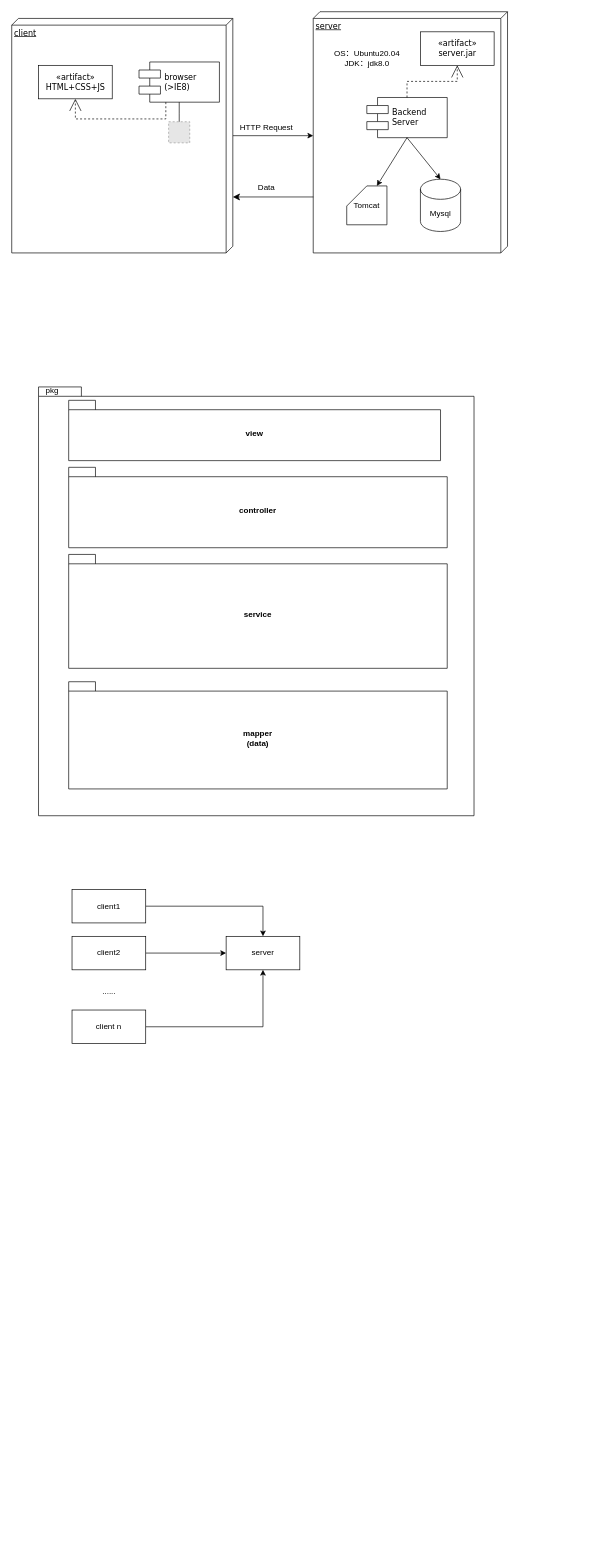
Before: 包图.drawio in lar0129/draw.io, a draw.io diagram. Source tidied: cells renumbered, new cells numbered last; positions are measured from the earlier drawing's top-left corner, leaving out a move shared by most shapes. Both pictures are drawn from the tidied source at 67%, with x=0, y=0 at pixel (11, 11). Pictures stored in the file or linked from it are replaced by grey dashed boxes.
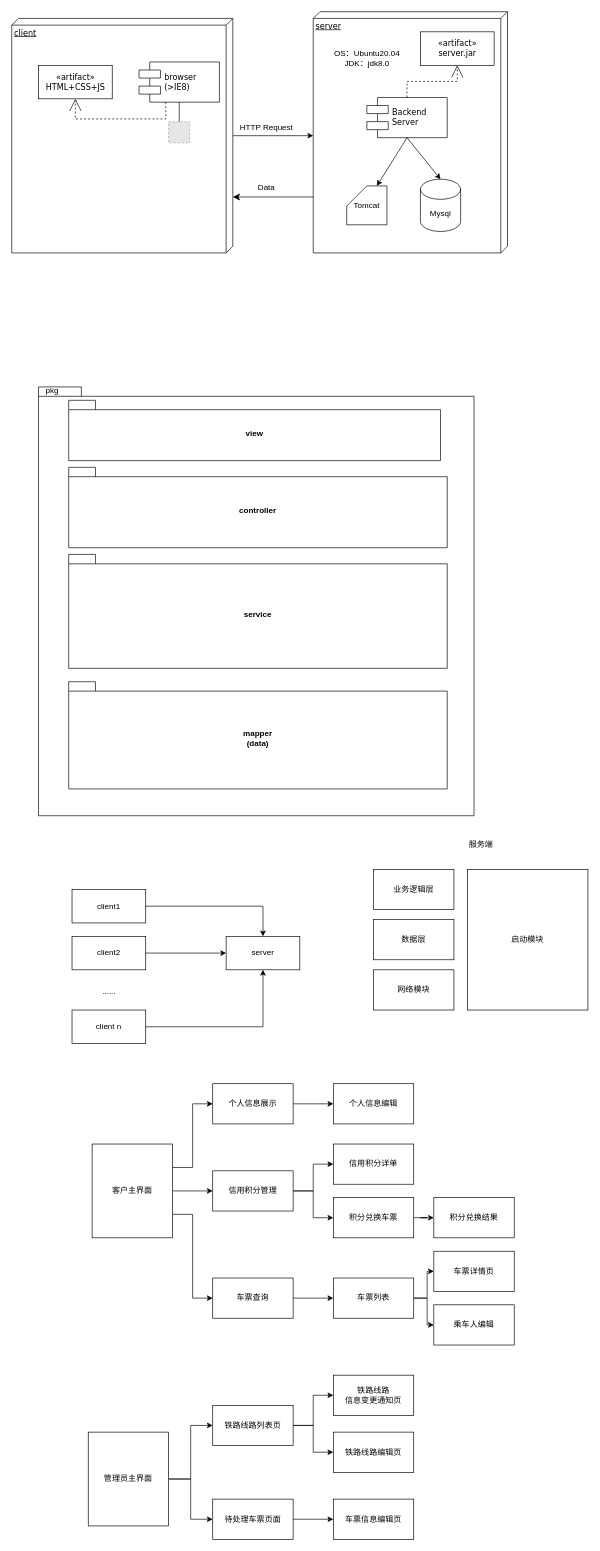
The same diagram, later.

Change to the diagram source:
```diff
@@
+    <mxCell id="36" value="业务逻辑层" style="rounded=0;whiteSpace=wrap;html=1;" parent="1" vertex="1">
+      <mxGeometry x="540" y="1280" width="120" height="60" as="geometry" />
+    </mxCell>
+    <mxCell id="37" value="网络模块" style="rounded=0;whiteSpace=wrap;html=1;" parent="1" vertex="1">
+      <mxGeometry x="540" y="1430" width="120" height="60" as="geometry" />
+    </mxCell>
+    <mxCell id="38" value="启动模块" style="rounded=0;whiteSpace=wrap;html=1;" parent="1" vertex="1">
+      <mxGeometry x="680" y="1280" width="180" height="210" as="geometry" />
+    </mxCell>
+    <mxCell id="39" value="服务端" style="text;html=1;align=center;verticalAlign=middle;strokeColor=none;fillColor=none;" parent="1" vertex="1">
+      <mxGeometry x="670" y="1228" width="60" height="30" as="geometry" />
+    </mxCell>
+    <mxCell id="40" value="数据层" style="rounded=0;whiteSpace=wrap;html=1;" parent="1" vertex="1">
+      <mxGeometry x="540" y="1355" width="120" height="60" as="geometry" />
+    </mxCell>
+    <mxCell id="41" style="edgeStyle=orthogonalEdgeStyle;rounded=0;jettySize=auto;html=1;entryX=0;entryY=0.5;entryDx=0;entryDy=0;exitX=1;exitY=0.25;exitDx=0;exitDy=0;" parent="1" edge="1" source="44" target="46">
+      <mxGeometry relative="1" as="geometry" />
+    </mxCell>
+    <mxCell id="42" style="edgeStyle=orthogonalEdgeStyle;rounded=0;jettySize=auto;html=1;entryX=0;entryY=0.5;entryDx=0;entryDy=0;" parent="1" edge="1" source="44" target="49">
+      <mxGeometry relative="1" as="geometry" />
+    </mxCell>
+    <mxCell id="43" style="edgeStyle=orthogonalEdgeStyle;rounded=0;jettySize=auto;html=1;entryX=0;entryY=0.5;entryDx=0;entryDy=0;exitX=1;exitY=0.75;exitDx=0;exitDy=0;" parent="1" edge="1" source="44" target="51">
+      <mxGeometry relative="1" as="geometry" />
+    </mxCell>
+    <mxCell id="44" value="客户主界面" style="rounded=0;whiteSpace=wrap;html=1;" parent="1" vertex="1">
+      <mxGeometry x="120" y="1690" width="120" height="140" as="geometry" />
+    </mxCell>
+    <mxCell id="45" style="edgeStyle=orthogonalEdgeStyle;rounded=0;jettySize=auto;html=1;entryX=0;entryY=0.5;entryDx=0;entryDy=0;" parent="1" edge="1" source="46" target="52">
+      <mxGeometry relative="1" as="geometry" />
+    </mxCell>
+    <mxCell id="46" value="个人信息展示" style="rounded=0;whiteSpace=wrap;html=1;" parent="1" vertex="1">
+      <mxGeometry x="300" y="1600" width="120" height="60" as="geometry" />
+    </mxCell>
+    <mxCell id="47" style="edgeStyle=orthogonalEdgeStyle;rounded=0;jettySize=auto;html=1;entryX=0;entryY=0.5;entryDx=0;entryDy=0;" parent="1" edge="1" source="49" target="53">
+      <mxGeometry relative="1" as="geometry" />
+    </mxCell>
+    <mxCell id="48" style="edgeStyle=orthogonalEdgeStyle;rounded=0;jettySize=auto;html=1;" parent="1" edge="1" source="49" target="55">
+      <mxGeometry relative="1" as="geometry" />
+    </mxCell>
+    <mxCell id="49" value="信用积分管理" style="rounded=0;whiteSpace=wrap;html=1;" parent="1" vertex="1">
+      <mxGeometry x="300" y="1730" width="120" height="60" as="geometry" />
+    </mxCell>
+    <mxCell id="50" style="edgeStyle=orthogonalEdgeStyle;rounded=0;jettySize=auto;html=1;entryX=0;entryY=0.5;entryDx=0;entryDy=0;" parent="1" edge="1" source="51" target="59">
+      <mxGeometry relative="1" as="geometry" />
+    </mxCell>
+    <mxCell id="51" value="车票查询" style="rounded=0;whiteSpace=wrap;html=1;" parent="1" vertex="1">
+      <mxGeometry x="300" y="1890" width="120" height="60" as="geometry" />
+    </mxCell>
+    <mxCell id="52" value="个人信息编辑" style="rounded=0;whiteSpace=wrap;html=1;" parent="1" vertex="1">
+      <mxGeometry x="480" y="1600" width="120" height="60" as="geometry" />
+    </mxCell>
+    <mxCell id="53" value="信用积分详单" style="rounded=0;whiteSpace=wrap;html=1;" parent="1" vertex="1">
+      <mxGeometry x="480" y="1690" width="120" height="60" as="geometry" />
+    </mxCell>
+    <mxCell id="54" style="edgeStyle=orthogonalEdgeStyle;rounded=0;jettySize=auto;html=1;" parent="1" edge="1" source="55" target="56">
+      <mxGeometry relative="1" as="geometry" />
+    </mxCell>
+    <mxCell id="55" value="积分兑换车票" style="rounded=0;whiteSpace=wrap;html=1;" parent="1" vertex="1">
+      <mxGeometry x="480" y="1770" width="120" height="60" as="geometry" />
+    </mxCell>
+    <mxCell id="56" value="积分兑换结果" style="rounded=0;whiteSpace=wrap;html=1;" parent="1" vertex="1">
+      <mxGeometry x="630" y="1770" width="120" height="60" as="geometry" />
+    </mxCell>
+    <mxCell id="57" style="edgeStyle=orthogonalEdgeStyle;rounded=0;jettySize=auto;html=1;" parent="1" edge="1" source="59" target="60">
+      <mxGeometry relative="1" as="geometry" />
+    </mxCell>
+    <mxCell id="58" style="edgeStyle=orthogonalEdgeStyle;rounded=0;jettySize=auto;html=1;" parent="1" edge="1" source="59" target="61">
+      <mxGeometry relative="1" as="geometry" />
+    </mxCell>
+    <mxCell id="59" value="车票列表" style="rounded=0;whiteSpace=wrap;html=1;" parent="1" vertex="1">
+      <mxGeometry x="480" y="1890" width="120" height="60" as="geometry" />
+    </mxCell>
+    <mxCell id="60" value="车票详情页" style="rounded=0;whiteSpace=wrap;html=1;" parent="1" vertex="1">
+      <mxGeometry x="630" y="1850" width="120" height="60" as="geometry" />
+    </mxCell>
+    <mxCell id="61" value="乘车人编辑" style="rounded=0;whiteSpace=wrap;html=1;" parent="1" vertex="1">
+      <mxGeometry x="630" y="1930" width="120" height="60" as="geometry" />
+    </mxCell>
+    <mxCell id="62" style="edgeStyle=orthogonalEdgeStyle;rounded=0;jettySize=auto;html=1;entryX=0;entryY=0.5;entryDx=0;entryDy=0;" parent="1" edge="1" source="64" target="67">
+      <mxGeometry relative="1" as="geometry" />
+    </mxCell>
+    <mxCell id="63" style="edgeStyle=orthogonalEdgeStyle;rounded=0;jettySize=auto;html=1;" parent="1" edge="1" source="64" target="71">
+      <mxGeometry relative="1" as="geometry" />
+    </mxCell>
+    <mxCell id="64" value="管理员主界面" style="rounded=0;whiteSpace=wrap;html=1;" parent="1" vertex="1">
+      <mxGeometry x="114.2" y="2120" width="120" height="140" as="geometry" />
+    </mxCell>
+    <mxCell id="65" style="edgeStyle=orthogonalEdgeStyle;rounded=0;jettySize=auto;html=1;entryX=0;entryY=0.5;entryDx=0;entryDy=0;" parent="1" edge="1" source="67" target="68">
+      <mxGeometry relative="1" as="geometry" />
+    </mxCell>
+    <mxCell id="66" style="edgeStyle=orthogonalEdgeStyle;rounded=0;jettySize=auto;html=1;" parent="1" edge="1" source="67" target="69">
+      <mxGeometry relative="1" as="geometry" />
+    </mxCell>
+    <mxCell id="67" value="铁路线路列表页" style="rounded=0;whiteSpace=wrap;html=1;" parent="1" vertex="1">
+      <mxGeometry x="300" y="2080" width="120" height="60" as="geometry" />
+    </mxCell>
+    <mxCell id="68" value="铁路线路&lt;br&gt;信息变更通知页" style="rounded=0;whiteSpace=wrap;html=1;" parent="1" vertex="1">
+      <mxGeometry x="480" y="2035" width="120" height="60" as="geometry" />
+    </mxCell>
+    <mxCell id="69" value="铁路线路编辑页" style="rounded=0;whiteSpace=wrap;html=1;" parent="1" vertex="1">
+      <mxGeometry x="480" y="2120" width="120" height="60" as="geometry" />
+    </mxCell>
+    <mxCell id="70" style="edgeStyle=orthogonalEdgeStyle;rounded=0;jettySize=auto;html=1;" parent="1" edge="1" source="71" target="72">
+      <mxGeometry relative="1" as="geometry" />
+    </mxCell>
+    <mxCell id="71" value="待处理车票页面" style="rounded=0;whiteSpace=wrap;html=1;" parent="1" vertex="1">
+      <mxGeometry x="300" y="2220" width="120" height="60" as="geometry" />
+    </mxCell>
+    <mxCell id="72" value="车票信息编辑页" style="rounded=0;whiteSpace=wrap;html=1;" parent="1" vertex="1">
+      <mxGeometry x="480" y="2220" width="120" height="60" as="geometry" />
+    </mxCell>
```
